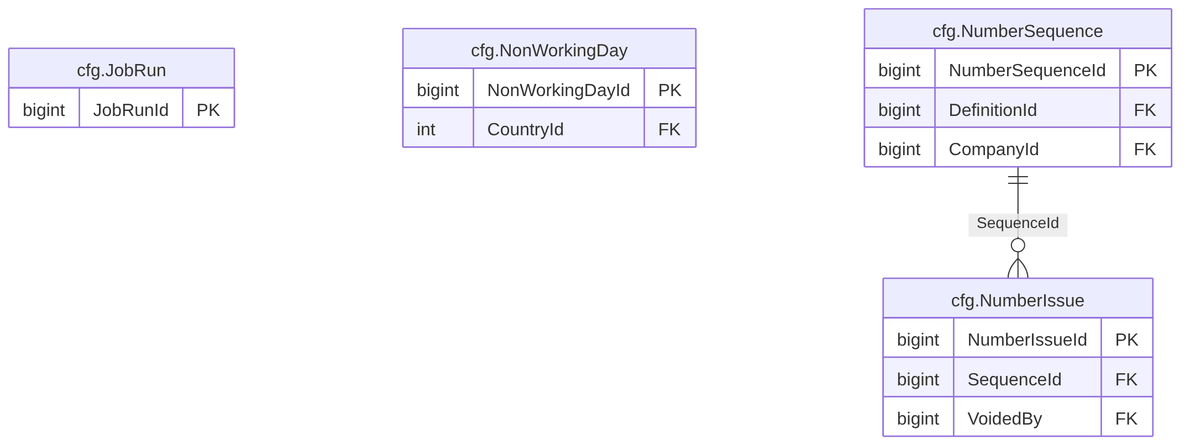
thawrasy/smartlines keeps this Mermaid diagram as treasury-platform/docs/diagrams/erd/m0_config_2.png. Above is the earlier version. Its source is kept beside it as treasury-platform/docs/diagrams/erd/m0_config_2.mmd. The source it was exported from:
```mermaid
erDiagram
  cfg_JobRun["cfg.JobRun"] {
    bigint JobRunId PK
  }
  cfg_NonWorkingDay["cfg.NonWorkingDay"] {
    bigint NonWorkingDayId PK
    int CountryId FK
  }
  cfg_NumberIssue["cfg.NumberIssue"] {
    bigint NumberIssueId PK
    bigint SequenceId FK
    bigint VoidedBy FK
  }
  cfg_NumberSequence["cfg.NumberSequence"] {
    bigint NumberSequenceId PK
    bigint DefinitionId FK
    bigint CompanyId FK
  }
  cfg_NumberSequence ||--o{ cfg_NumberIssue : "SequenceId"
```
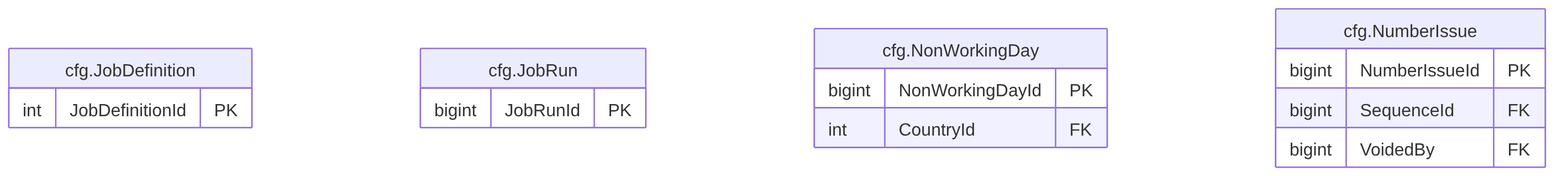
The same file after the commit.

The edit, as a diff of the source:
```diff
@@ -1,4 +1,7 @@
 erDiagram
+  cfg_JobDefinition["cfg.JobDefinition"] {
+    int JobDefinitionId PK
+  }
   cfg_JobRun["cfg.JobRun"] {
     bigint JobRunId PK
   }
@@ -11,9 +14,3 @@
     bigint SequenceId FK
     bigint VoidedBy FK
   }
-  cfg_NumberSequence["cfg.NumberSequence"] {
-    bigint NumberSequenceId PK
-    bigint DefinitionId FK
-    bigint CompanyId FK
-  }
-  cfg_NumberSequence ||--o{ cfg_NumberIssue : "SequenceId"
```
